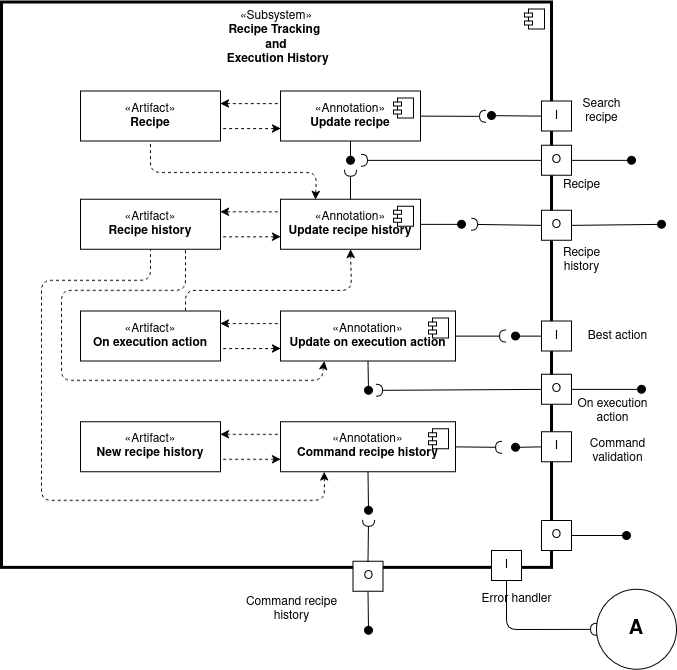
AlessandroMangili/Assignment_Cogar_group_I keeps this draw.io diagram as docs/source/_static/recipe_tracking.png. Above is the earlier version. Source tidied: cells renumbered, new cells last; positions are measured from the earlier drawing's top-left corner, leaving out a move shared by most shapes.
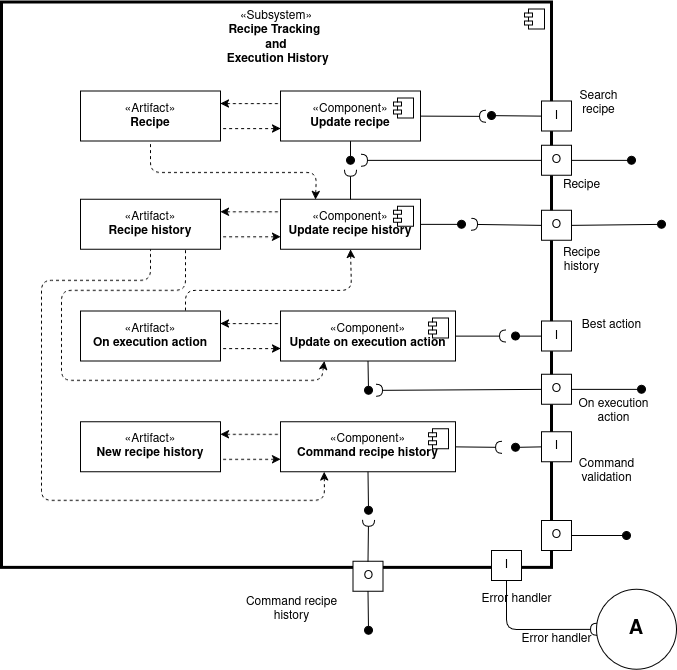
After the change.

Diff of the diagram source:
```diff
@@ -10,7 +10,7 @@
         <mxPoint x="-27" y="7" as="offset" />
       </mxGeometry>
     </mxCell>
-    <mxCell id="4" value="«Annotation»&lt;br&gt;&lt;b&gt;Update recipe history &lt;br&gt;&lt;/b&gt;" style="html=1;whiteSpace=wrap;" parent="1" vertex="1">
+    <mxCell id="4" value="«Component»&lt;br&gt;&lt;b&gt;Update recipe history &lt;br&gt;&lt;/b&gt;" style="html=1;whiteSpace=wrap;" parent="1" vertex="1">
       <mxGeometry x="279" y="196.9" width="140" height="50" as="geometry" />
     </mxCell>
     <mxCell id="5" style="shape=module;jettyWidth=8;jettyHeight=4;" parent="4" vertex="1">
@@ -18,7 +18,7 @@
         <mxPoint x="-27" y="7" as="offset" />
       </mxGeometry>
     </mxCell>
-    <mxCell id="6" value="«Annotation»&lt;br&gt;&lt;b&gt;Update recipe&lt;/b&gt;" style="html=1;whiteSpace=wrap;" parent="1" vertex="1">
+    <mxCell id="6" value="«Component»&lt;br&gt;&lt;b&gt;Update recipe&lt;/b&gt;" style="html=1;whiteSpace=wrap;" parent="1" vertex="1">
       <mxGeometry x="279" y="88.6" width="140" height="50" as="geometry" />
     </mxCell>
     <mxCell id="7" style="shape=module;jettyWidth=8;jettyHeight=4;" parent="6" vertex="1">
@@ -32,7 +32,7 @@
     <mxCell id="9" value="«Artifact»&lt;br&gt;&lt;b&gt;Recipe history&lt;/b&gt;" style="html=1;whiteSpace=wrap;" parent="1" vertex="1">
       <mxGeometry x="79" y="196.9" width="140" height="50" as="geometry" />
     </mxCell>
-    <mxCell id="10" value="«Annotation»&lt;br&gt;&lt;b&gt;Update on execution action&lt;/b&gt;" style="html=1;whiteSpace=wrap;" parent="1" vertex="1">
+    <mxCell id="10" value="«Component»&lt;br&gt;&lt;b&gt;Update on execution action&lt;/b&gt;" style="html=1;whiteSpace=wrap;" parent="1" vertex="1">
       <mxGeometry x="279" y="308.6" width="175" height="50" as="geometry" />
     </mxCell>
     <mxCell id="11" style="shape=module;jettyWidth=8;jettyHeight=4;" parent="10" vertex="1">
@@ -178,7 +178,7 @@
     <mxCell id="42" value="«Artifact»&lt;br&gt;&lt;b&gt;New recipe history&lt;/b&gt;" style="html=1;whiteSpace=wrap;" parent="1" vertex="1">
       <mxGeometry x="79" y="419.4" width="140" height="50" as="geometry" />
     </mxCell>
-    <mxCell id="43" value="«Annotation»&lt;br&gt;&lt;b&gt;Command recipe history&lt;/b&gt;" style="html=1;whiteSpace=wrap;" parent="1" vertex="1">
+    <mxCell id="43" value="«Component»&lt;br&gt;&lt;b&gt;Command recipe history&lt;/b&gt;" style="html=1;whiteSpace=wrap;" parent="1" vertex="1">
       <mxGeometry x="279" y="419.4" width="175" height="50" as="geometry" />
     </mxCell>
     <mxCell id="44" style="shape=module;jettyWidth=8;jettyHeight=4;" parent="43" vertex="1">
@@ -267,13 +267,16 @@
       <mxGeometry x="470" y="581.5" width="90" height="30" as="geometry" />
     </mxCell>
     <mxCell id="64" value="&lt;div&gt;Command&lt;/div&gt;&lt;div&gt;validation&lt;/div&gt;" style="text;html=1;align=center;verticalAlign=middle;strokeColor=none;fillColor=none;" parent="1" vertex="1">
-      <mxGeometry x="576.5" y="429.4" width="80" height="40" as="geometry" />
+      <mxGeometry x="565" y="448.9" width="80" height="40" as="geometry" />
     </mxCell>
     <mxCell id="65" value="&lt;div&gt;Search&lt;/div&gt;&lt;div&gt;recipe&lt;/div&gt;" style="text;html=1;align=center;verticalAlign=middle;strokeColor=none;fillColor=none;" parent="1" vertex="1">
-      <mxGeometry x="570" y="88.6" width="60" height="40" as="geometry" />
+      <mxGeometry x="566.5" y="80.8" width="60" height="40" as="geometry" />
     </mxCell>
     <mxCell id="66" value="Best action" style="text;html=1;align=center;verticalAlign=middle;strokeColor=none;fillColor=none;" parent="1" vertex="1">
-      <mxGeometry x="576.5" y="318.6" width="80" height="30" as="geometry" />
+      <mxGeometry x="570" y="308.2" width="80" height="30" as="geometry" />
     </mxCell>
+    <mxCell id="67" value="&lt;div&gt;Error handler&lt;/div&gt;" style="text;html=1;align=center;verticalAlign=middle;strokeColor=none;fillColor=none;" parent="1" vertex="1">
+      <mxGeometry x="510" y="621.5" width="90" height="30" as="geometry" />
+    </mxCell>
   </root>
 </mxGraphModel>
```
